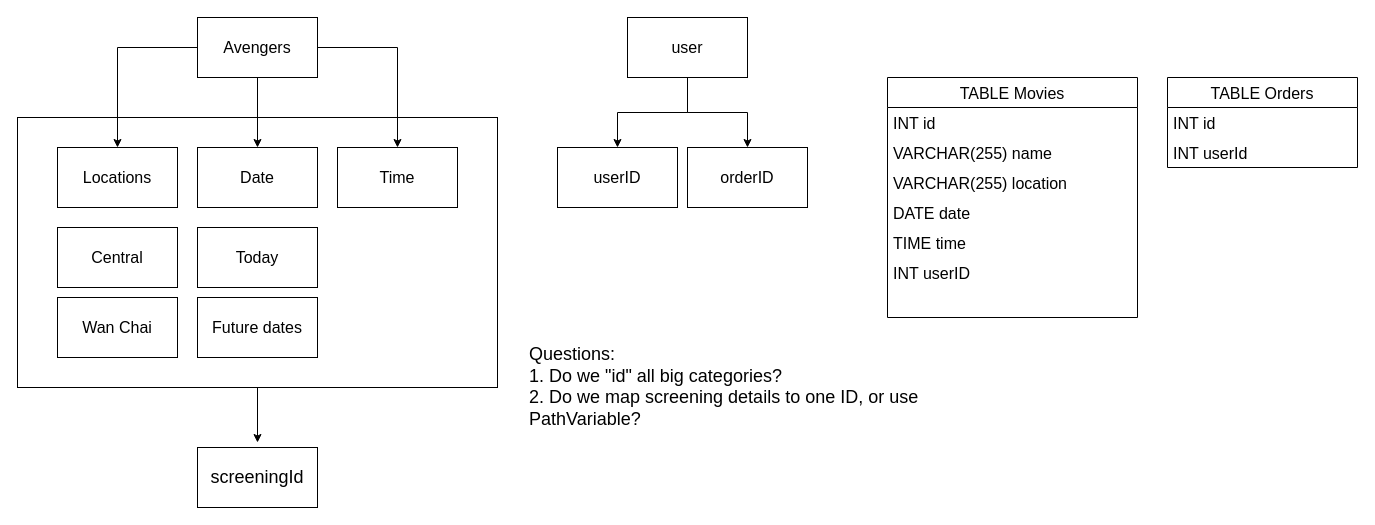
This is page "Page-1" (1 of 2) of Untitled Diagram.drawio from tommy200401/React_Playground, a draw.io file, before an edit. Source tidied: cells renumbered, new cells numbered last; positions are measured from the earlier drawing's top-left corner, leaving out a move shared by most shapes. Both pictures are drawn from the tidied source at 100%, with x=0, y=0 at pixel (17, 17).
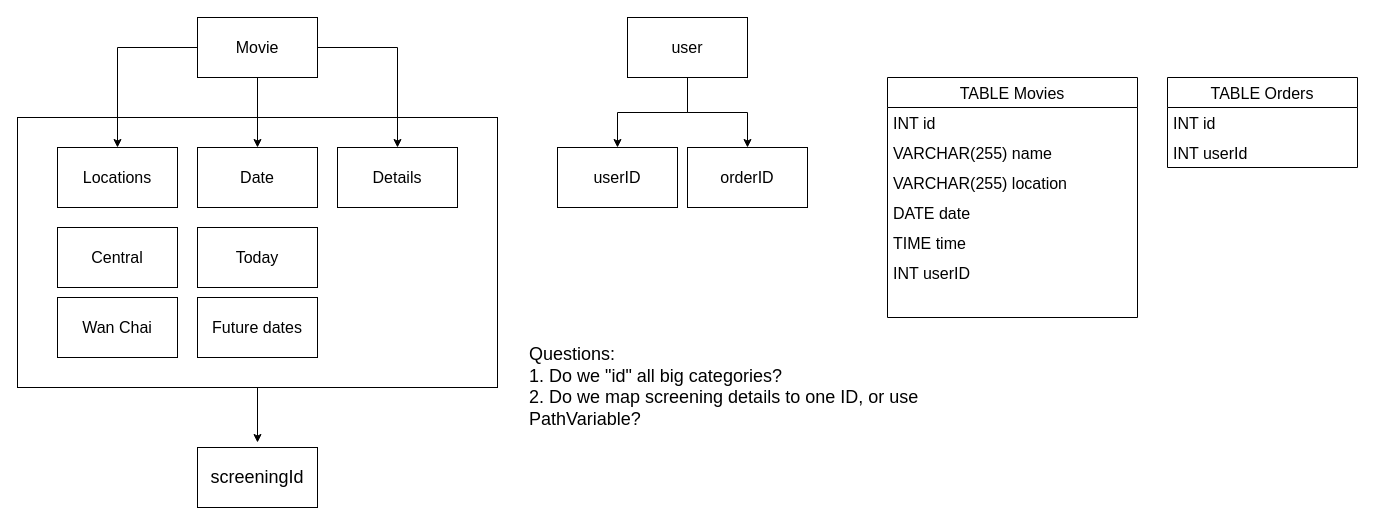
The same diagram, later.

What changed in the source:
```diff
@@
-    <mxCell id="15" value="Avengers" style="rounded=0;whiteSpace=wrap;html=1;fontSize=16;" parent="1" vertex="1">
+    <mxCell id="15" value="Movie" style="rounded=0;whiteSpace=wrap;html=1;fontSize=16;" parent="1" vertex="1">
       <mxGeometry x="180" width="120" height="60" as="geometry" />
     </mxCell>
@@
-    <mxCell id="19" value="Time" style="rounded=0;whiteSpace=wrap;html=1;fontSize=16;" parent="1" vertex="1">
+    <mxCell id="19" value="Details" style="rounded=0;whiteSpace=wrap;html=1;fontSize=16;" parent="1" vertex="1">
       <mxGeometry x="320" y="130" width="120" height="60" as="geometry" />
     </mxCell>
```
